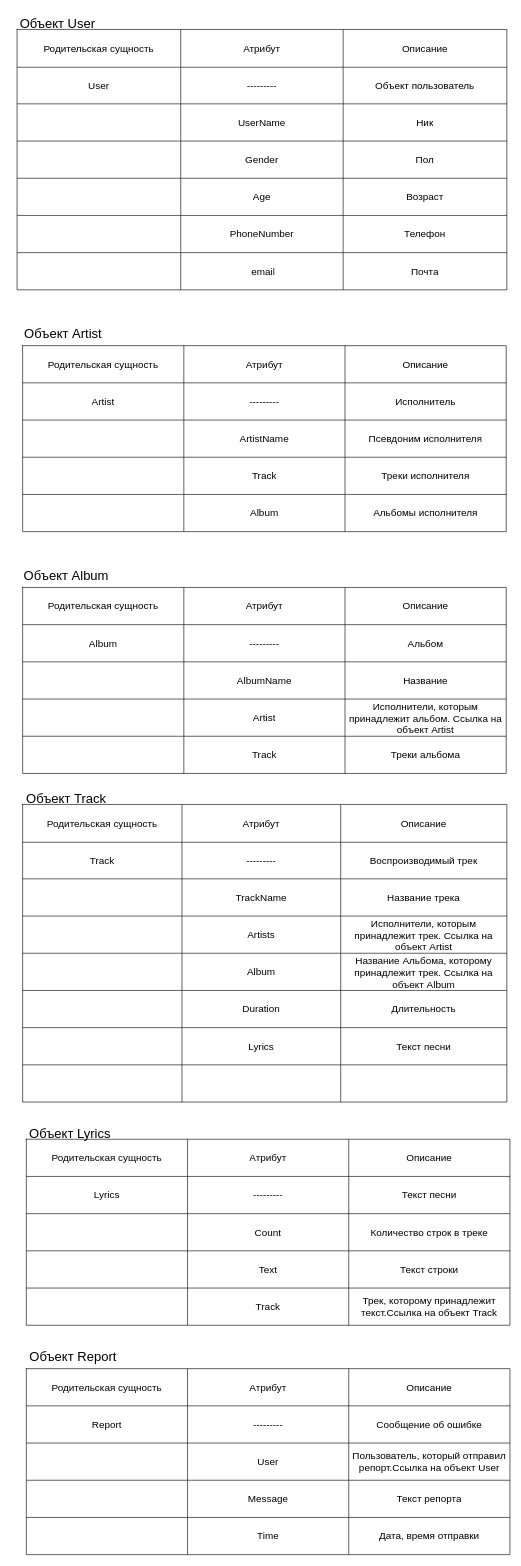
Earlier version of the draw.io diagram Gorin_Andrey/Ex_06_DataModeling.drawio (abdullahproff/BSA21_1). Source tidied: cells renumbered, new cells numbered last; positions are measured from the earlier drawing's top-left corner, leaving out a move shared by most shapes. Both pictures are drawn from the tidied source at 62%, with x=0, y=0 at pixel (11, 11).
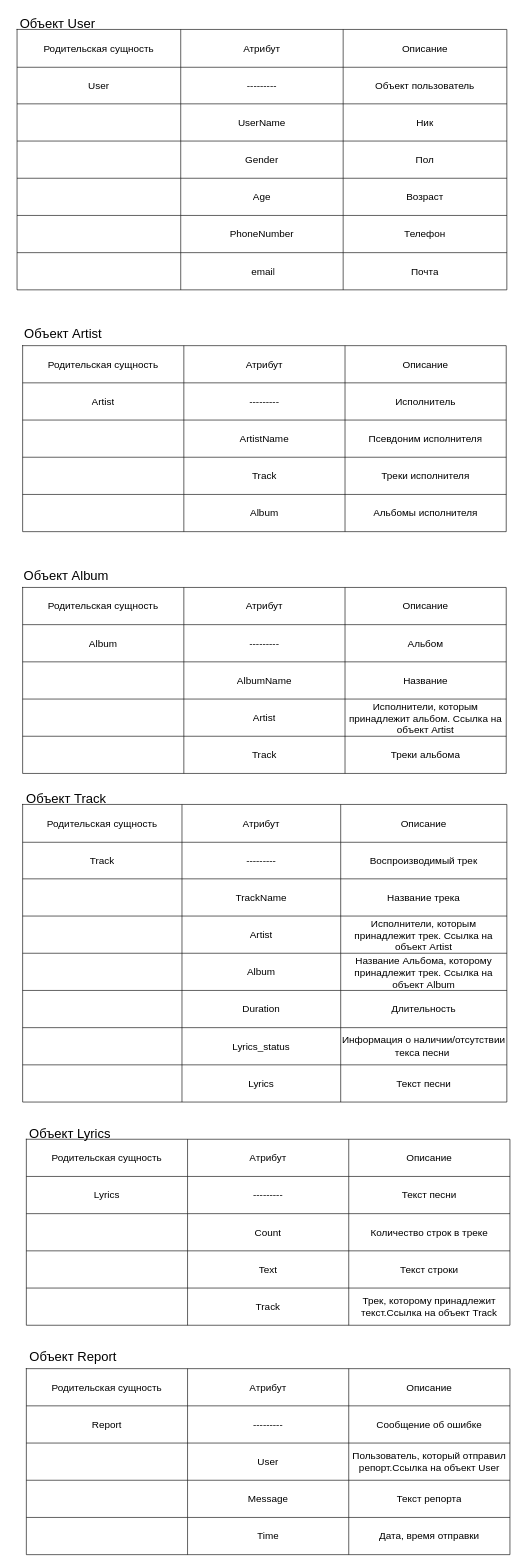
Above is the later version.

Unchanged cells that the change refers to:
```xml
<mxCell id="114" style="shape=tableRow;horizontal=0;startSize=0;swimlaneHead=0;swimlaneBody=0;strokeColor=inherit;top=0;left=0;bottom=0;right=0;fillColor=none;fontSize=16;" parent="101" vertex="1">
  <mxGeometry y="180" width="781" height="60" as="geometry" />
</mxCell>
<mxCell id="126" style="shape=tableRow;horizontal=0;startSize=0;swimlaneHead=0;swimlaneBody=0;strokeColor=inherit;top=0;left=0;bottom=0;right=0;fillColor=none;fontSize=16;" parent="101" vertex="1">
  <mxGeometry y="360" width="781" height="60" as="geometry" />
</mxCell>
<mxCell id="130" style="shape=tableRow;horizontal=0;startSize=0;swimlaneHead=0;swimlaneBody=0;strokeColor=inherit;top=0;left=0;bottom=0;right=0;fillColor=none;fontSize=16;" parent="101" vertex="1">
  <mxGeometry y="420" width="781" height="60" as="geometry" />
</mxCell>
```

Change to the diagram source:
```diff
@@
-    <mxCell id="116" value="Artists" style="shape=partialRectangle;html=1;whiteSpace=wrap;strokeColor=inherit;overflow=hidden;fillColor=none;top=0;left=0;bottom=0;right=0;fontSize=16;" parent="114" vertex="1">
+    <mxCell id="116" value="Artist" style="shape=partialRectangle;html=1;whiteSpace=wrap;strokeColor=inherit;overflow=hidden;fillColor=none;top=0;left=0;bottom=0;right=0;fontSize=16;" parent="114" vertex="1">
       <mxGeometry x="257" width="256" height="60" as="geometry" />
     </mxCell>
@@
-    <mxCell id="128" value="Lyrics" style="shape=partialRectangle;html=1;whiteSpace=wrap;strokeColor=inherit;overflow=hidden;fillColor=none;top=0;left=0;bottom=0;right=0;fontSize=16;" parent="126" vertex="1">
+    <mxCell id="128" value="Lyrics_status" style="shape=partialRectangle;html=1;whiteSpace=wrap;strokeColor=inherit;overflow=hidden;fillColor=none;top=0;left=0;bottom=0;right=0;fontSize=16;" parent="126" vertex="1">
       <mxGeometry x="257" width="256" height="60" as="geometry" />
     </mxCell>
-    <mxCell id="129" value="Текст песни" style="shape=partialRectangle;html=1;whiteSpace=wrap;strokeColor=inherit;overflow=hidden;fillColor=none;top=0;left=0;bottom=0;right=0;fontSize=16;" parent="126" vertex="1">
+    <mxCell id="129" value="Информация о наличии/отсутствии текса песни&amp;nbsp;" style="shape=partialRectangle;html=1;whiteSpace=wrap;strokeColor=inherit;overflow=hidden;fillColor=none;top=0;left=0;bottom=0;right=0;fontSize=16;" parent="126" vertex="1">
       <mxGeometry x="513" width="268" height="60" as="geometry" />
     </mxCell>
@@
-    <mxCell id="132" style="shape=partialRectangle;html=1;whiteSpace=wrap;strokeColor=inherit;overflow=hidden;fillColor=none;top=0;left=0;bottom=0;right=0;fontSize=16;" parent="130" vertex="1">
+    <mxCell id="132" value="Lyrics" style="shape=partialRectangle;html=1;whiteSpace=wrap;strokeColor=inherit;overflow=hidden;fillColor=none;top=0;left=0;bottom=0;right=0;fontSize=16;" parent="130" vertex="1">
       <mxGeometry x="257" width="256" height="60" as="geometry" />
     </mxCell>
-    <mxCell id="133" style="shape=partialRectangle;html=1;whiteSpace=wrap;strokeColor=inherit;overflow=hidden;fillColor=none;top=0;left=0;bottom=0;right=0;fontSize=16;" parent="130" vertex="1">
+    <mxCell id="133" value="Текст песни" style="shape=partialRectangle;html=1;whiteSpace=wrap;strokeColor=inherit;overflow=hidden;fillColor=none;top=0;left=0;bottom=0;right=0;fontSize=16;" parent="130" vertex="1">
       <mxGeometry x="513" width="268" height="60" as="geometry" />
     </mxCell>
```
